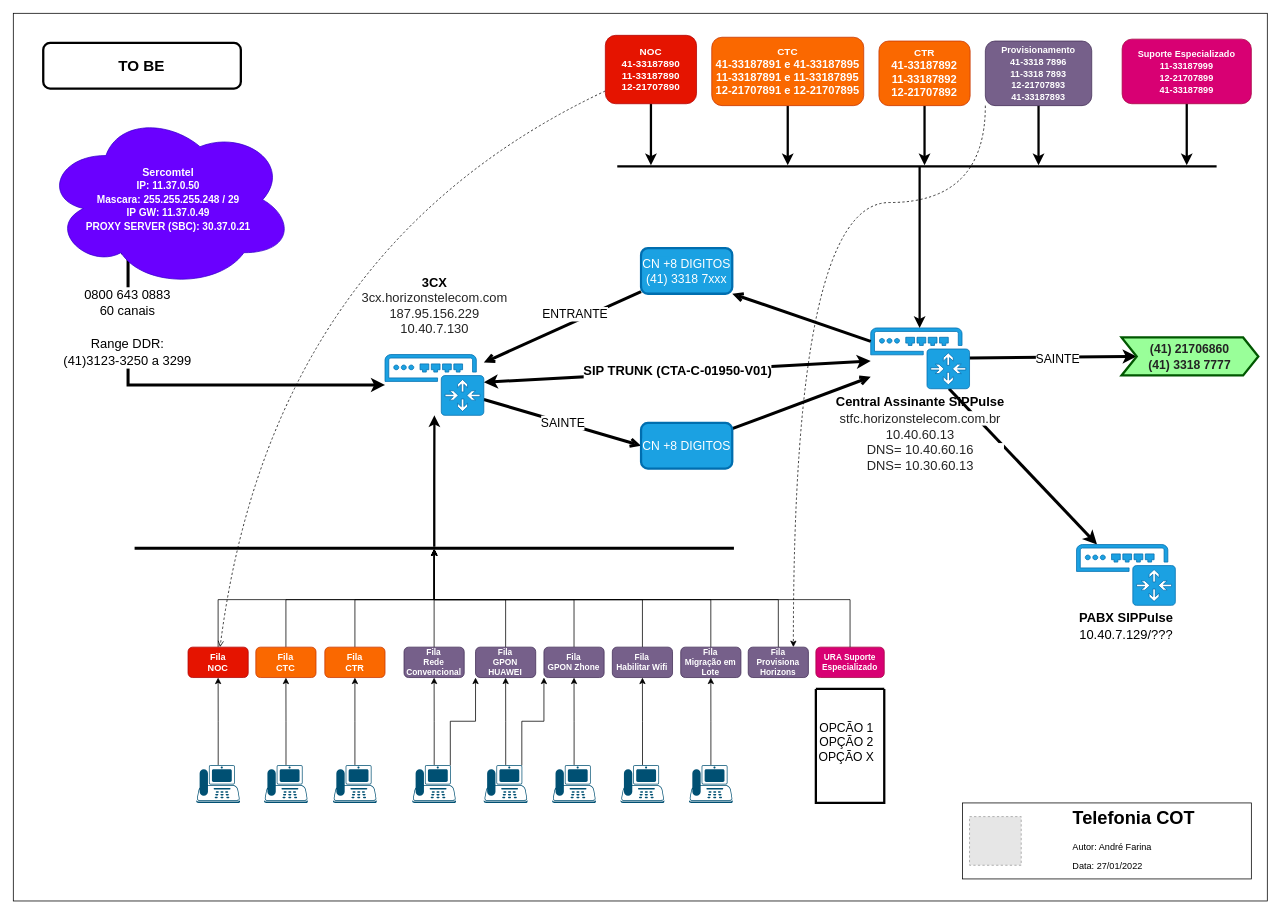
Before: page "Page-1" (1 of 5) of 3CX.drawio in anlugifa/drawio, a draw.io diagram. Source tidied: cells renumbered, new cells numbered last; positions are measured from the earlier drawing's top-left corner, leaving out a move shared by most shapes. Both pictures are drawn from the tidied source at 76%, with x=0, y=0 at pixel (13, 13). Pictures stored in the file or linked from it are replaced by grey dashed boxes.
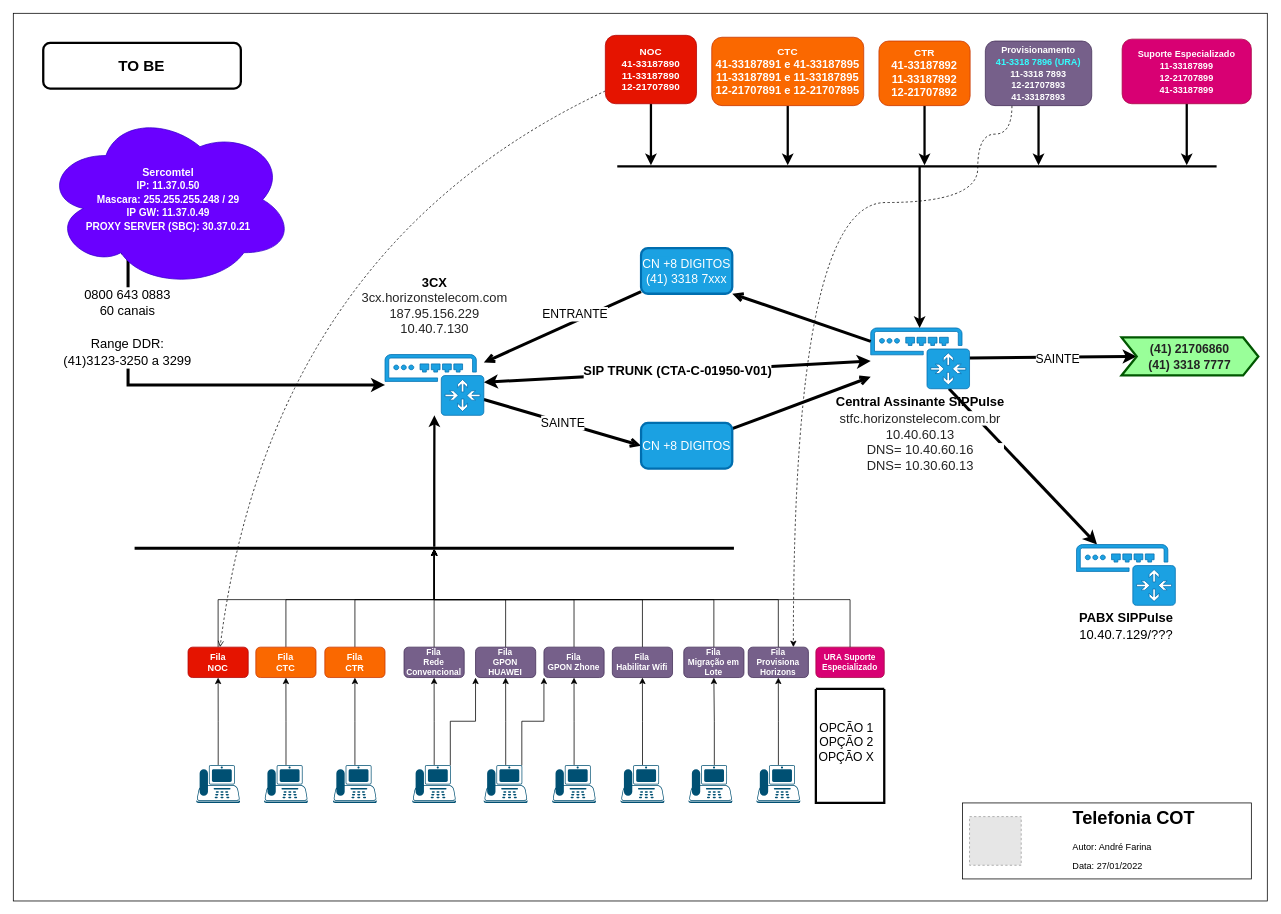
Above is the later version.

The change refers to these unchanged cells:
```xml
<mxCell id="81" value="Fila &lt;br style=&quot;font-size: 11px&quot;&gt;Provisiona&lt;br&gt;Horizons" style="rounded=1;whiteSpace=wrap;html=1;fontSize=11;fontColor=#ffffff;fillColor=#76608a;strokeColor=#432D57;fontStyle=1;" parent="1" vertex="1">
  <mxGeometry x="967" y="834" width="79.2" height="40" as="geometry" />
</mxCell>
```

Diff of the diagram source:
```diff
@@
     <mxCell id="26" value="Fila &lt;br style=&quot;font-size: 11px&quot;&gt;Migração em Lote" style="rounded=1;whiteSpace=wrap;html=1;fontSize=11;fontColor=#ffffff;fillColor=#76608a;strokeColor=#432D57;fontStyle=1;" parent="1" vertex="1">
-      <mxGeometry x="878.2" y="834" width="79.2" height="40" as="geometry" />
+      <mxGeometry x="882.2" y="834" width="79.2" height="40" as="geometry" />
     </mxCell>
@@
-    <mxCell id="41" style="edgeStyle=orthogonalEdgeStyle;rounded=0;jettySize=auto;html=1;entryX=0.5;entryY=1;entryDx=0;entryDy=0;fontSize=14;fontColor=#FFFFFF;" parent="1" edge="1" source="42" target="26">
+    <mxCell id="41" style="edgeStyle=orthogonalEdgeStyle;rounded=0;jettySize=auto;html=1;entryX=0.5;entryY=1;entryDx=0;entryDy=0;fontSize=14;fontColor=#FFFFFF;exitX=0.59;exitY=0;exitDx=0;exitDy=0;exitPerimeter=0;" parent="1" edge="1" source="83" target="26">
       <mxGeometry relative="1" as="geometry" />
     </mxCell>
+    <mxCell id="82" style="edgeStyle=orthogonalEdgeStyle;rounded=0;jettySize=auto;html=1;entryX=0.5;entryY=1;entryDx=0;entryDy=0;fontColor=#33FFFF;" parent="1" edge="1" source="42" target="81">
+      <mxGeometry relative="1" as="geometry" />
+    </mxCell>
     <mxCell id="42" style="points=[[0.59,0,0],[0.87,0.015,0],[0.88,0.3,0],[0.99,0.99,0],[0.5,1,0],[0.01,0.99,0],[0.075,0.5,0],[0.17,0.115,0]];verticalLabelPosition=bottom;sketch=0;html=1;verticalAlign=top;align=center;shape=mxgraph.cisco19.ip_phone;fillColor=#005073;strokeColor=none;fontSize=17;fontColor=#000000;" parent="1" vertex="1">
-      <mxGeometry x="889.1" y="989" width="57.5" height="50" as="geometry" />
+      <mxGeometry x="977.9" y="989" width="57.5" height="50" as="geometry" />
     </mxCell>
@@
-    <mxCell id="50" style="edgeStyle=orthogonalEdgeStyle;jettySize=auto;html=1;entryX=0.75;entryY=0;entryDx=0;entryDy=0;fontSize=18;curved=1;dashed=1;exitX=0;exitY=1;exitDx=0;exitDy=0;" parent="1" edge="1" source="51" target="81">
+    <mxCell id="50" style="edgeStyle=orthogonalEdgeStyle;jettySize=auto;html=1;entryX=0.75;entryY=0;entryDx=0;entryDy=0;fontSize=18;curved=1;dashed=1;exitX=0.25;exitY=1;exitDx=0;exitDy=0;" parent="1" edge="1" source="51" target="81">
       <mxGeometry relative="1" as="geometry">
         <Array as="points">
-          <mxPoint x="1279" y="249" />
+          <mxPoint x="1314" y="159" />
+          <mxPoint x="1269" y="159" />
+          <mxPoint x="1269" y="249" />
           <mxPoint x="1026" y="249" />
         </Array>
       </mxGeometry>
     </mxCell>
-    <mxCell id="51" value="&lt;font style=&quot;font-size: 12px&quot;&gt;Provisionamento&lt;br&gt;&lt;span&gt;41-3318 7896&lt;br&gt;11-3318 7893&lt;br&gt;&lt;/span&gt;12-21707893&lt;br&gt;41-33187893&lt;/font&gt;&lt;span&gt;&lt;br&gt;&lt;/span&gt;" style="rounded=1;whiteSpace=wrap;html=1;fontSize=13;fontColor=#ffffff;fillColor=#76608a;strokeColor=#432D57;fontStyle=1;fontFamily=Helvetica;" parent="1" vertex="1">
+    <mxCell id="51" value="&lt;font style=&quot;font-size: 12px&quot;&gt;Provisionamento&lt;br&gt;&lt;span&gt;&lt;font color=&quot;#33ffff&quot;&gt;41-3318 7896 (URA)&lt;/font&gt;&lt;br&gt;11-3318 7893&lt;br&gt;&lt;/span&gt;12-21707893&lt;br&gt;41-33187893&lt;/font&gt;&lt;span&gt;&lt;br&gt;&lt;/span&gt;" style="rounded=1;whiteSpace=wrap;html=1;fontSize=13;fontColor=#ffffff;fillColor=#76608a;strokeColor=#432D57;fontStyle=1;fontFamily=Helvetica;" parent="1" vertex="1">
       <mxGeometry x="1279" y="36.5" width="140" height="85" as="geometry" />
     </mxCell>
@@
-    <mxCell id="60" value="&lt;font style=&quot;font-size: 12px&quot;&gt;&lt;span&gt;Suporte Especializado&lt;br&gt;&lt;/span&gt;11-33187999&lt;br&gt;&lt;span&gt;12-21707899&lt;br&gt;&lt;/span&gt;41-33187899&lt;/font&gt;" style="rounded=1;whiteSpace=wrap;html=1;fontSize=13;fontColor=#ffffff;fillColor=#d80073;strokeColor=#A50040;fontStyle=1;fontFamily=Helvetica;" parent="1" vertex="1">
+    <mxCell id="60" value="&lt;font style=&quot;font-size: 12px&quot;&gt;&lt;span&gt;Suporte Especializado&lt;br&gt;&lt;/span&gt;11-33187899&lt;br&gt;&lt;span&gt;12-21707899&lt;br&gt;&lt;/span&gt;41-33187899&lt;/font&gt;" style="rounded=1;whiteSpace=wrap;html=1;fontSize=13;fontColor=#ffffff;fillColor=#d80073;strokeColor=#A50040;fontStyle=1;fontFamily=Helvetica;" parent="1" vertex="1">
       <mxGeometry x="1459" y="34" width="170" height="85" as="geometry" />
     </mxCell>
@@
+    <mxCell id="83" style="points=[[0.59,0,0],[0.87,0.015,0],[0.88,0.3,0],[0.99,0.99,0],[0.5,1,0],[0.01,0.99,0],[0.075,0.5,0],[0.17,0.115,0]];verticalLabelPosition=bottom;sketch=0;html=1;verticalAlign=top;align=center;shape=mxgraph.cisco19.ip_phone;fillColor=#005073;strokeColor=none;fontSize=17;fontColor=#000000;" parent="1" vertex="1">
+      <mxGeometry x="888.5" y="989" width="57.5" height="50" as="geometry" />
+    </mxCell>
```
